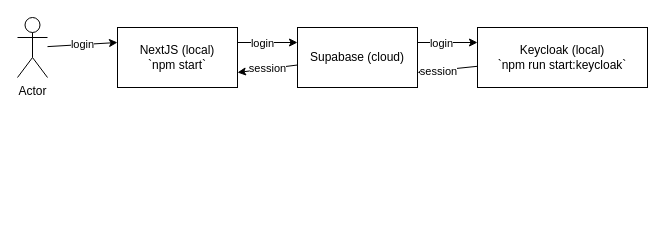
rkristelijn/supabase-keycloak-auth keeps this draw.io diagram as docs/architecture.drawio. Above is the earlier version. Source tidied: cells renumbered, new cells numbered last; positions are measured from the earlier drawing's top-left corner, leaving out a move shared by most shapes. Both pictures are drawn from the tidied source at 100%, with x=0, y=0 at pixel (17, 17).
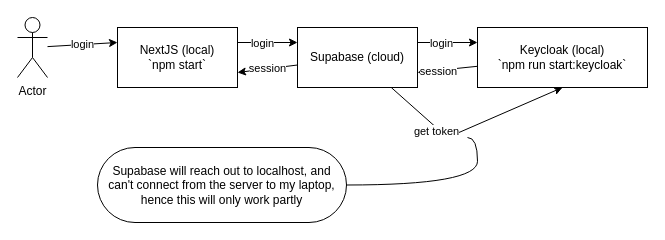
The same diagram, later.

Diff of the diagram source:
```diff
@@
 <mxGraphModel>
   <root>
     <mxCell id="0" />
     <mxCell id="1" parent="0" />
     <mxCell id="2" value="login" style="edgeStyle=none;html=1;entryX=0;entryY=0.25;entryDx=0;entryDy=0;" parent="1" edge="1" source="3" target="6">
       <mxGeometry relative="1" as="geometry" />
     </mxCell>
     <mxCell id="3" value="Actor" style="shape=umlActor;verticalLabelPosition=bottom;verticalAlign=top;html=1;outlineConnect=0;" parent="1" vertex="1">
       <mxGeometry width="30" height="60" as="geometry" />
     </mxCell>
     <mxCell id="4" style="edgeStyle=none;html=1;entryX=0;entryY=0.25;entryDx=0;entryDy=0;exitX=1;exitY=0.25;exitDx=0;exitDy=0;" parent="1" edge="1" source="6" target="10">
       <mxGeometry relative="1" as="geometry" />
     </mxCell>
     <mxCell id="5" value="login" style="edgeLabel;html=1;align=center;verticalAlign=middle;" parent="4" vertex="1">
       <mxGeometry x="-0.2" y="-1" relative="1" as="geometry" />
     </mxCell>
     <mxCell id="6" value="NextJS (local)&lt;br&gt;`npm start`" style="rounded=0;whiteSpace=wrap;html=1;" parent="1" vertex="1">
       <mxGeometry x="100" y="10" width="120" height="60" as="geometry" />
     </mxCell>
     <mxCell id="7" style="edgeStyle=none;html=1;entryX=0;entryY=0.25;entryDx=0;entryDy=0;exitX=1;exitY=0.25;exitDx=0;exitDy=0;" parent="1" edge="1" source="10" target="13">
       <mxGeometry relative="1" as="geometry" />
     </mxCell>
     <mxCell id="8" value="login" style="edgeLabel;html=1;align=center;verticalAlign=middle;" parent="7" vertex="1">
       <mxGeometry x="-0.23" relative="1" as="geometry" />
     </mxCell>
     <mxCell id="9" value="session" style="edgeStyle=none;html=1;entryX=1;entryY=0.75;entryDx=0;entryDy=0;" parent="1" edge="1" source="10" target="6">
       <mxGeometry relative="1" as="geometry" />
     </mxCell>
+    <mxCell id="14" style="edgeStyle=none;html=1;entryX=0.5;entryY=1;entryDx=0;entryDy=0;" parent="1" edge="1" source="10" target="13">
+      <mxGeometry relative="1" as="geometry">
+        <Array as="points">
+          <mxPoint x="430" y="120" />
+        </Array>
+      </mxGeometry>
+    </mxCell>
+    <mxCell id="15" value="get token" style="edgeLabel;html=1;align=center;verticalAlign=middle;" parent="14" vertex="1">
+      <mxGeometry x="-0.38" y="-3" relative="1" as="geometry" />
+    </mxCell>
     <mxCell id="10" value="Supabase (cloud)" style="rounded=0;whiteSpace=wrap;html=1;" parent="1" vertex="1">
       <mxGeometry x="280" y="10" width="120" height="60" as="geometry" />
     </mxCell>
     <mxCell id="11" style="edgeStyle=none;html=1;entryX=1;entryY=0.75;entryDx=0;entryDy=0;" parent="1" edge="1" source="13" target="10">
       <mxGeometry relative="1" as="geometry" />
     </mxCell>
     <mxCell id="12" value="session" style="edgeLabel;html=1;align=center;verticalAlign=middle;" parent="11" vertex="1">
       <mxGeometry x="0.34" y="1" relative="1" as="geometry" />
     </mxCell>
     <mxCell id="13" value="Keycloak (local)&lt;br&gt;`npm run start:keycloak`" style="rounded=0;whiteSpace=wrap;html=1;" parent="1" vertex="1">
       <mxGeometry x="460" y="10" width="170" height="60" as="geometry" />
     </mxCell>
+    <mxCell id="16" value="Supabase will reach out to localhost, and can't connect from the server to my laptop, hence this will only work partly" style="whiteSpace=wrap;html=1;rounded=1;arcSize=50;align=center;verticalAlign=middle;strokeWidth=1;spacing=4;newEdgeStyle={&quot;edgeStyle&quot;:&quot;entityRelationEdgeStyle&quot;,&quot;startArrow&quot;:&quot;none&quot;,&quot;endArrow&quot;:&quot;none&quot;,&quot;segment&quot;:10,&quot;curved&quot;:1,&quot;sourcePerimeterSpacing&quot;:0,&quot;targetPerimeterSpacing&quot;:0};" parent="1" vertex="1">
+      <mxGeometry x="80" y="130" width="249" height="75" as="geometry" />
+    </mxCell>
+    <mxCell id="17" style="edgeStyle=entityRelationEdgeStyle;startArrow=none;endArrow=none;segment=10;curved=1;sourcePerimeterSpacing=0;targetPerimeterSpacing=0;" parent="1" edge="1" target="16">
+      <mxGeometry relative="1" as="geometry">
+        <mxPoint x="450" y="120" as="sourcePoint" />
+      </mxGeometry>
+    </mxCell>
   </root>
 </mxGraphModel>
```
